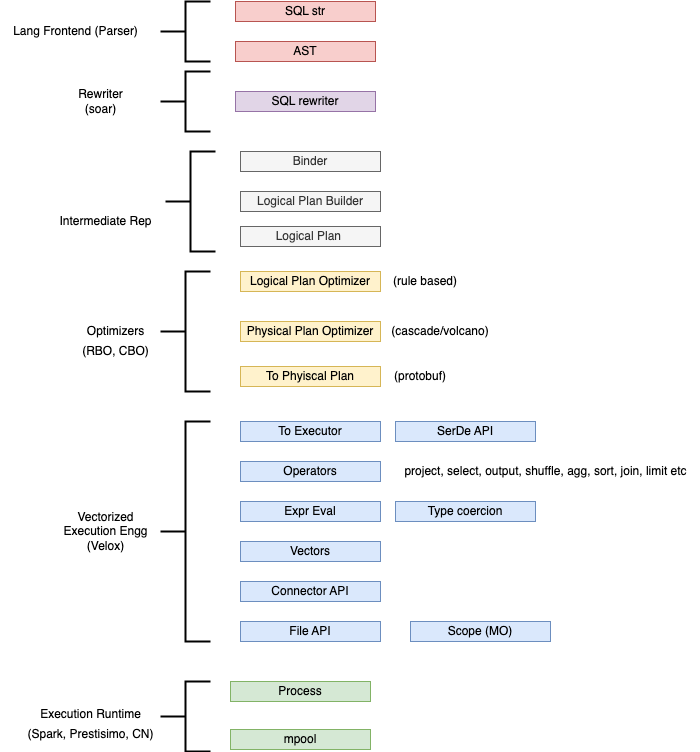
Earlier version of the draw.io export docs/imgs/data_engine.png (dborchard/tiny-planner). Source tidied: cells renumbered, new cells last; positions are measured from the earlier drawing's top-left corner, leaving out a move shared by most shapes.
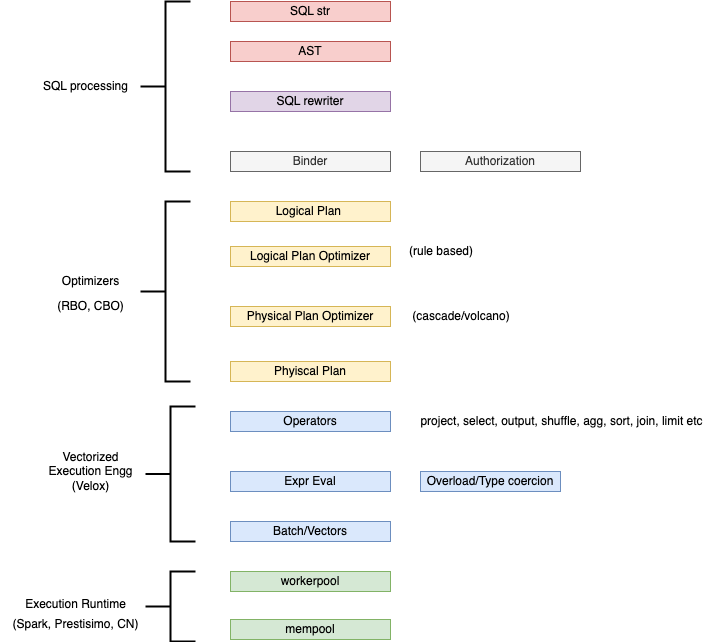
After the change.

Change to the diagram source:
```diff
@@ -3,118 +3,88 @@
     <mxCell id="0" />
     <mxCell id="1" parent="0" />
     <mxCell id="2" value="AST" style="rounded=0;whiteSpace=wrap;html=1;fillColor=#f8cecc;strokeColor=#b85450;" parent="1" vertex="1">
-      <mxGeometry x="235" y="40" width="140" height="20" as="geometry" />
+      <mxGeometry x="235" y="40" width="160" height="20" as="geometry" />
     </mxCell>
     <mxCell id="3" value="SQL str" style="rounded=0;whiteSpace=wrap;html=1;fillColor=#f8cecc;strokeColor=#b85450;" parent="1" vertex="1">
-      <mxGeometry x="235" width="140" height="20" as="geometry" />
+      <mxGeometry x="235" width="160" height="20" as="geometry" />
     </mxCell>
-    <mxCell id="4" value="Logical Plan Builder" style="rounded=0;whiteSpace=wrap;html=1;fillColor=#f5f5f5;strokeColor=#666666;fontColor=#333333;" parent="1" vertex="1">
-      <mxGeometry x="240" y="190" width="140" height="20" as="geometry" />
-    </mxCell>
     <mxCell id="5" value="Logical Plan Optimizer" style="rounded=0;whiteSpace=wrap;html=1;fillColor=#fff2cc;strokeColor=#d6b656;" parent="1" vertex="1">
-      <mxGeometry x="240" y="270" width="140" height="20" as="geometry" />
+      <mxGeometry x="235" y="245" width="160" height="20" as="geometry" />
     </mxCell>
     <mxCell id="6" value="Physical Plan Optimizer" style="rounded=0;whiteSpace=wrap;html=1;fillColor=#fff2cc;strokeColor=#d6b656;" parent="1" vertex="1">
-      <mxGeometry x="240" y="320" width="140" height="20" as="geometry" />
+      <mxGeometry x="235" y="305" width="160" height="20" as="geometry" />
     </mxCell>
-    <mxCell id="7" value="To Phyiscal Plan" style="rounded=0;whiteSpace=wrap;html=1;fillColor=#fff2cc;strokeColor=#d6b656;" parent="1" vertex="1">
-      <mxGeometry x="240" y="365" width="140" height="20" as="geometry" />
-    </mxCell>
+    <mxCell id="40" value="Phyiscal Plan" style="rounded=0;whiteSpace=wrap;html=1;fillColor=#fff2cc;strokeColor=#d6b656;" parent="1" vertex="1">
+      <mxGeometry x="235" y="360" width="160" height="20" as="geometry" />
+    </mxCell>
     <mxCell id="8" value="(cascade/volcano)" style="text;html=1;strokeColor=none;fillColor=none;align=center;verticalAlign=middle;whiteSpace=wrap;rounded=0;" parent="1" vertex="1">
-      <mxGeometry x="410" y="315" width="60" height="30" as="geometry" />
+      <mxGeometry x="436" y="300" width="60" height="30" as="geometry" />
     </mxCell>
     <mxCell id="9" value="(rule based)" style="text;html=1;strokeColor=none;fillColor=none;align=center;verticalAlign=middle;whiteSpace=wrap;rounded=0;" parent="1" vertex="1">
-      <mxGeometry x="390" y="265" width="70" height="30" as="geometry" />
+      <mxGeometry x="411" y="235" width="70" height="30" as="geometry" />
     </mxCell>
-    <mxCell id="10" value="To Executor" style="rounded=0;whiteSpace=wrap;html=1;fillColor=#dae8fc;strokeColor=#6c8ebf;" parent="1" vertex="1">
-      <mxGeometry x="240" y="420" width="140" height="20" as="geometry" />
-    </mxCell>
     <mxCell id="11" value="Operators" style="rounded=0;whiteSpace=wrap;html=1;fillColor=#dae8fc;strokeColor=#6c8ebf;" parent="1" vertex="1">
-      <mxGeometry x="240" y="460" width="140" height="20" as="geometry" />
+      <mxGeometry x="235" y="410" width="160" height="20" as="geometry" />
     </mxCell>
     <mxCell id="12" value="Expr Eval" style="rounded=0;whiteSpace=wrap;html=1;fillColor=#dae8fc;strokeColor=#6c8ebf;" parent="1" vertex="1">
-      <mxGeometry x="240" y="500" width="140" height="20" as="geometry" />
+      <mxGeometry x="235" y="470" width="160" height="20" as="geometry" />
     </mxCell>
-    <mxCell id="13" style="strokeWidth=2;html=1;shape=mxgraph.flowchart.annotation_2;align=left;labelPosition=right;" parent="1" vertex="1">
-      <mxGeometry x="165" y="150" width="50" height="100" as="geometry" />
-    </mxCell>
-    <mxCell id="14" value="Intermediate Rep" style="text;html=1;align=center;verticalAlign=middle;strokeColor=none;fillColor=none;" parent="1" vertex="1">
-      <mxGeometry x="45" y="205" width="120" height="30" as="geometry" />
-    </mxCell>
-    <mxCell id="15" style="strokeWidth=2;html=1;shape=mxgraph.flowchart.annotation_2;align=left;labelPosition=right;" parent="1" vertex="1">
-      <mxGeometry x="160" y="420" width="50" height="220" as="geometry" />
-    </mxCell>
-    <mxCell id="16" value="Process" style="rounded=0;whiteSpace=wrap;html=1;fillColor=#d5e8d4;strokeColor=#82b366;" parent="1" vertex="1">
-      <mxGeometry x="230" y="680" width="140" height="20" as="geometry" />
-    </mxCell>
-    <mxCell id="17" value="Vectorized&lt;br&gt;Execution Engg&lt;br&gt;(Velox)" style="text;html=1;align=center;verticalAlign=middle;strokeColor=none;fillColor=none;" parent="1" vertex="1">
-      <mxGeometry x="50" y="500" width="110" height="60" as="geometry" />
-    </mxCell>
-    <mxCell id="18" style="strokeWidth=2;html=1;shape=mxgraph.flowchart.annotation_2;align=left;labelPosition=right;" parent="1" vertex="1">
-      <mxGeometry x="160" width="50" height="60" as="geometry" />
-    </mxCell>
-    <mxCell id="19" value="Lang Frontend (Parser)" style="text;html=1;align=center;verticalAlign=middle;strokeColor=none;fillColor=none;" parent="1" vertex="1">
-      <mxGeometry y="15" width="150" height="30" as="geometry" />
-    </mxCell>
-    <mxCell id="20" value="(protobuf)" style="text;html=1;strokeColor=none;fillColor=none;align=center;verticalAlign=middle;whiteSpace=wrap;rounded=0;" parent="1" vertex="1">
-      <mxGeometry x="390" y="360" width="60" height="30" as="geometry" />
-    </mxCell>
-    <mxCell id="21" style="strokeWidth=2;html=1;shape=mxgraph.flowchart.annotation_2;align=left;labelPosition=right;" parent="1" vertex="1">
-      <mxGeometry x="160" y="680" width="50" height="70" as="geometry" />
-    </mxCell>
-    <mxCell id="22" value="Execution Runtime" style="text;html=1;align=center;verticalAlign=middle;strokeColor=none;fillColor=none;" parent="1" vertex="1">
-      <mxGeometry x="30" y="698" width="120" height="30" as="geometry" />
-    </mxCell>
-    <mxCell id="23" value="mpool" style="rounded=0;whiteSpace=wrap;html=1;fillColor=#d5e8d4;strokeColor=#82b366;" parent="1" vertex="1">
-      <mxGeometry x="230" y="728" width="140" height="20" as="geometry" />
-    </mxCell>
-    <mxCell id="24" style="strokeWidth=2;html=1;shape=mxgraph.flowchart.annotation_2;align=left;labelPosition=right;" parent="1" vertex="1">
-      <mxGeometry x="160" y="270" width="50" height="120" as="geometry" />
-    </mxCell>
-    <mxCell id="25" value="Optimizers" style="text;html=1;align=center;verticalAlign=middle;strokeColor=none;fillColor=none;" parent="1" vertex="1">
-      <mxGeometry x="75" y="315" width="80" height="30" as="geometry" />
-    </mxCell>
+    <mxCell id="41" value="workerpool" style="rounded=0;whiteSpace=wrap;html=1;fillColor=#d5e8d4;strokeColor=#82b366;" parent="1" vertex="1">
+      <mxGeometry x="235" y="570" width="160" height="20" as="geometry" />
+    </mxCell>
+    <mxCell id="42" value="mempool" style="rounded=0;whiteSpace=wrap;html=1;fillColor=#d5e8d4;strokeColor=#82b366;" parent="1" vertex="1">
+      <mxGeometry x="235" y="618" width="160" height="20" as="geometry" />
+    </mxCell>
     <mxCell id="26" value="project, select, output, shuffle, agg, sort, join, limit etc" style="text;html=1;align=center;verticalAlign=middle;strokeColor=none;fillColor=none;" parent="1" vertex="1">
-      <mxGeometry x="390" y="455" width="310" height="30" as="geometry" />
+      <mxGeometry x="411" y="405" width="310" height="30" as="geometry" />
     </mxCell>
-    <mxCell id="27" value="Logical Plan&amp;nbsp;" style="rounded=0;whiteSpace=wrap;html=1;fillColor=#f5f5f5;strokeColor=#666666;fontColor=#333333;" parent="1" vertex="1">
-      <mxGeometry x="240" y="225" width="140" height="20" as="geometry" />
+    <mxCell id="27" value="Logical Plan&amp;nbsp;" style="rounded=0;whiteSpace=wrap;html=1;fillColor=#fff2cc;strokeColor=#d6b656;" parent="1" vertex="1">
+      <mxGeometry x="235" y="200" width="160" height="20" as="geometry" />
     </mxCell>
-    <mxCell id="28" value="Vectors" style="rounded=0;whiteSpace=wrap;html=1;fillColor=#dae8fc;strokeColor=#6c8ebf;" parent="1" vertex="1">
-      <mxGeometry x="240" y="540" width="140" height="20" as="geometry" />
-    </mxCell>
-    <mxCell id="29" value="Connector API" style="rounded=0;whiteSpace=wrap;html=1;fillColor=#dae8fc;strokeColor=#6c8ebf;" parent="1" vertex="1">
-      <mxGeometry x="240" y="580" width="140" height="20" as="geometry" />
-    </mxCell>
-    <mxCell id="30" value="File API" style="rounded=0;whiteSpace=wrap;html=1;fillColor=#dae8fc;strokeColor=#6c8ebf;" parent="1" vertex="1">
-      <mxGeometry x="240" y="620" width="140" height="20" as="geometry" />
-    </mxCell>
-    <mxCell id="31" value="SerDe API" style="rounded=0;whiteSpace=wrap;html=1;fillColor=#dae8fc;strokeColor=#6c8ebf;" parent="1" vertex="1">
-      <mxGeometry x="395" y="420" width="140" height="20" as="geometry" />
-    </mxCell>
+    <mxCell id="43" value="Batch/Vectors" style="rounded=0;whiteSpace=wrap;html=1;fillColor=#dae8fc;strokeColor=#6c8ebf;" parent="1" vertex="1">
+      <mxGeometry x="235" y="520" width="160" height="20" as="geometry" />
+    </mxCell>
+    <mxCell id="36" value="SQL rewriter" style="rounded=0;whiteSpace=wrap;html=1;fillColor=#e1d5e7;strokeColor=#9673a6;" parent="1" vertex="1">
+      <mxGeometry x="235" y="90" width="160" height="20" as="geometry" />
+    </mxCell>
+    <mxCell id="37" value="Binder" style="rounded=0;whiteSpace=wrap;html=1;fillColor=#f5f5f5;strokeColor=#666666;fontColor=#333333;" parent="1" vertex="1">
+      <mxGeometry x="235" y="150" width="160" height="20" as="geometry" />
+    </mxCell>
+    <mxCell id="44" value="Overload/Type&amp;nbsp;coercion" style="rounded=0;whiteSpace=wrap;html=1;fillColor=#dae8fc;strokeColor=#6c8ebf;" parent="1" vertex="1">
+      <mxGeometry x="425" y="470" width="140" height="20" as="geometry" />
+    </mxCell>
+    <mxCell id="45" value="Authorization" style="rounded=0;whiteSpace=wrap;html=1;fillColor=#f5f5f5;strokeColor=#666666;fontColor=#333333;" parent="1" vertex="1">
+      <mxGeometry x="425" y="150" width="160" height="20" as="geometry" />
+    </mxCell>
+    <mxCell id="46" value="SQL processing" style="text;html=1;align=center;verticalAlign=middle;strokeColor=none;fillColor=none;" parent="1" vertex="1">
+      <mxGeometry x="35" y="70" width="110" height="30" as="geometry" />
+    </mxCell>
+    <mxCell id="47" style="strokeWidth=2;html=1;shape=mxgraph.flowchart.annotation_2;align=left;labelPosition=right;" parent="1" vertex="1">
+      <mxGeometry x="145" y="200" width="50" height="180" as="geometry" />
+    </mxCell>
+    <mxCell id="17" value="Vectorized&lt;br&gt;Execution Engg&lt;br&gt;(Velox)" style="text;html=1;align=center;verticalAlign=middle;strokeColor=none;fillColor=none;" parent="1" vertex="1">
+      <mxGeometry x="40" y="440" width="110" height="60" as="geometry" />
+    </mxCell>
+    <mxCell id="48" style="strokeWidth=2;html=1;shape=mxgraph.flowchart.annotation_2;align=left;labelPosition=right;" parent="1" vertex="1">
+      <mxGeometry x="150" y="570" width="50" height="70" as="geometry" />
+    </mxCell>
+    <mxCell id="22" value="Execution Runtime" style="text;html=1;align=center;verticalAlign=middle;strokeColor=none;fillColor=none;" parent="1" vertex="1">
+      <mxGeometry x="20" y="588" width="120" height="30" as="geometry" />
+    </mxCell>
+    <mxCell id="49" style="strokeWidth=2;html=1;shape=mxgraph.flowchart.annotation_2;align=left;labelPosition=right;" parent="1" vertex="1">
+      <mxGeometry x="145" width="50" height="170" as="geometry" />
+    </mxCell>
+    <mxCell id="25" value="Optimizers" style="text;html=1;align=center;verticalAlign=middle;strokeColor=none;fillColor=none;" parent="1" vertex="1">
+      <mxGeometry x="55" y="265" width="80" height="30" as="geometry" />
+    </mxCell>
     <mxCell id="32" value="(Spark, Prestisimo, CN)" style="text;html=1;align=center;verticalAlign=middle;strokeColor=none;fillColor=none;" parent="1" vertex="1">
-      <mxGeometry x="15" y="718" width="150" height="30" as="geometry" />
+      <mxGeometry x="5" y="608" width="150" height="30" as="geometry" />
     </mxCell>
     <mxCell id="33" value="(RBO, CBO)" style="text;html=1;align=center;verticalAlign=middle;strokeColor=none;fillColor=none;" parent="1" vertex="1">
-      <mxGeometry x="70" y="335" width="90" height="30" as="geometry" />
+      <mxGeometry x="50" y="290" width="90" height="30" as="geometry" />
     </mxCell>
-    <mxCell id="34" style="strokeWidth=2;html=1;shape=mxgraph.flowchart.annotation_2;align=left;labelPosition=right;" parent="1" vertex="1">
-      <mxGeometry x="160" y="70" width="50" height="60" as="geometry" />
-    </mxCell>
-    <mxCell id="35" value="Rewriter&lt;br&gt;(soar)" style="text;html=1;align=center;verticalAlign=middle;strokeColor=none;fillColor=none;" parent="1" vertex="1">
-      <mxGeometry x="65" y="80" width="70" height="40" as="geometry" />
-    </mxCell>
-    <mxCell id="36" value="SQL rewriter" style="rounded=0;whiteSpace=wrap;html=1;fillColor=#e1d5e7;strokeColor=#9673a6;" parent="1" vertex="1">
-      <mxGeometry x="235" y="90" width="140" height="20" as="geometry" />
-    </mxCell>
-    <mxCell id="37" value="Binder" style="rounded=0;whiteSpace=wrap;html=1;fillColor=#f5f5f5;strokeColor=#666666;fontColor=#333333;" parent="1" vertex="1">
-      <mxGeometry x="240" y="150" width="140" height="20" as="geometry" />
-    </mxCell>
-    <mxCell id="38" value="Scope (MO)" style="rounded=0;whiteSpace=wrap;html=1;fillColor=#dae8fc;strokeColor=#6c8ebf;" parent="1" vertex="1">
-      <mxGeometry x="410" y="620" width="140" height="20" as="geometry" />
-    </mxCell>
-    <mxCell id="39" value="Type&amp;nbsp;coercion" style="rounded=0;whiteSpace=wrap;html=1;fillColor=#dae8fc;strokeColor=#6c8ebf;" parent="1" vertex="1">
-      <mxGeometry x="395" y="500" width="140" height="20" as="geometry" />
-    </mxCell>
+    <mxCell id="50" style="strokeWidth=2;html=1;shape=mxgraph.flowchart.annotation_2;align=left;labelPosition=right;" parent="1" vertex="1">
+      <mxGeometry x="150" y="405" width="50" height="135" as="geometry" />
+    </mxCell>
   </root>
 </mxGraphModel>
```
